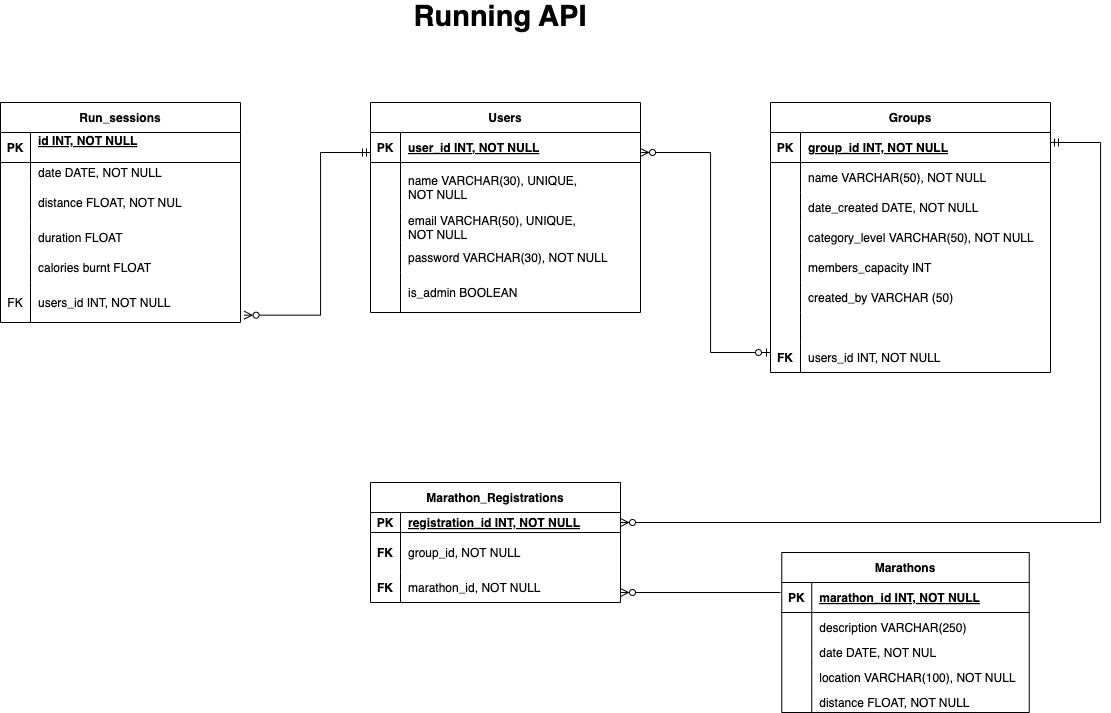
Above: docs/API.drawio.png in Jessicavazm/JessicaVaz_T2A2 (draw.io), before the change. Source tidied: cells renumbered, new cells last; positions are measured from the earlier drawing's top-left corner, leaving out a move shared by most shapes.
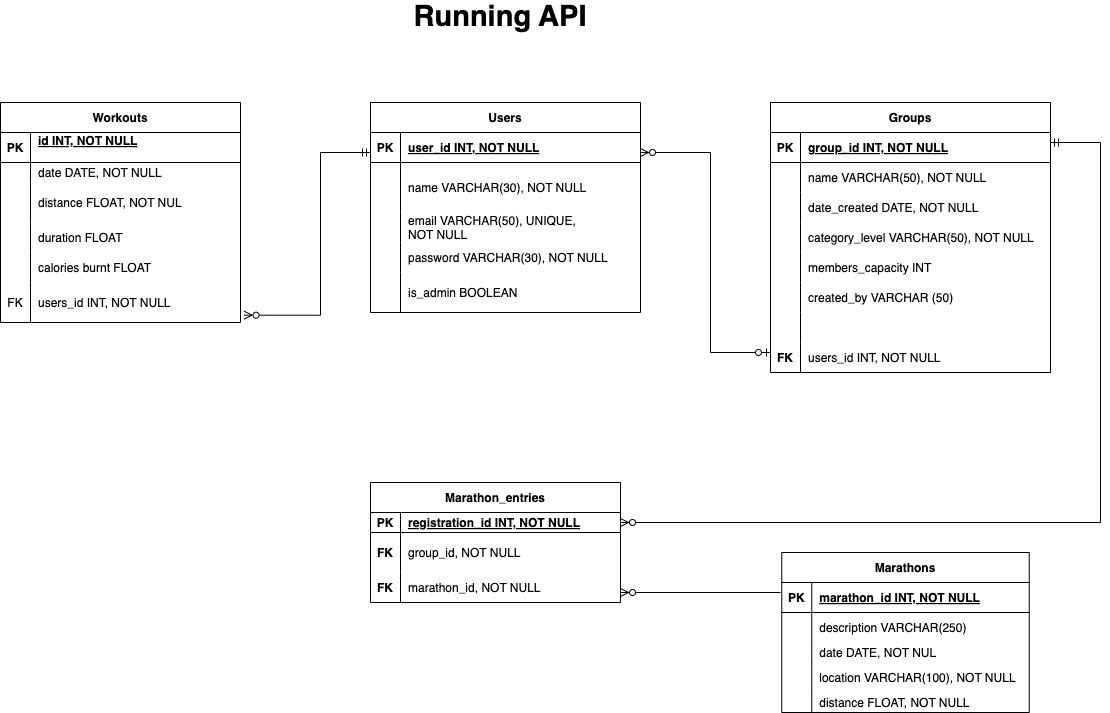
Above is the later version.

What changed in the source:
```diff
@@ -2,7 +2,7 @@
   <root>
     <mxCell id="0" />
     <mxCell id="1" parent="0" />
-    <mxCell id="2" value="Run_sessions" style="shape=table;startSize=30;rowLines=0;fontStyle=1;align=center;" parent="1" vertex="1">
+    <mxCell id="2" value="Workouts" style="shape=table;startSize=30;rowLines=0;fontStyle=1;align=center;" parent="1" vertex="1">
       <mxGeometry y="100" width="240" height="220" as="geometry" />
     </mxCell>
     <mxCell id="3" style="shape=partialRectangle;fillColor=none;top=0;left=0;right=0;bottom=1;" parent="2" vertex="1">
@@ -152,7 +152,7 @@
     <mxCell id="51" style="shape=partialRectangle;overflow=hidden;fillColor=none;top=0;left=0;bottom=0;right=0;" parent="50" vertex="1">
       <mxGeometry width="30" height="50" as="geometry" />
     </mxCell>
-    <mxCell id="52" value="name VARCHAR(30), UNIQUE,&#10;NOT NULL" style="shape=partialRectangle;overflow=hidden;fillColor=none;top=0;left=0;bottom=0;right=0;align=left;spacingLeft=6;" parent="50" vertex="1">
+    <mxCell id="52" value="name VARCHAR(30), NOT NULL" style="shape=partialRectangle;overflow=hidden;fillColor=none;top=0;left=0;bottom=0;right=0;align=left;spacingLeft=6;" parent="50" vertex="1">
       <mxGeometry x="30" width="240" height="50" as="geometry" />
     </mxCell>
     <mxCell id="53" style="shape=partialRectangle;fillColor=none;top=0;left=0;right=0;bottom=0;" parent="46" vertex="1">
@@ -182,7 +182,7 @@
     <mxCell id="61" value="is_admin BOOLEAN" style="shape=partialRectangle;overflow=hidden;fillColor=none;top=0;left=0;bottom=0;right=0;align=left;spacingLeft=6;" parent="59" vertex="1">
       <mxGeometry x="30" width="240" height="40" as="geometry" />
     </mxCell>
-    <mxCell id="62" value="Marathon_Registrations" style="shape=table;startSize=30;rowLines=0;fontStyle=1;align=center;" parent="1" vertex="1">
+    <mxCell id="62" value="Marathon_entries" style="shape=table;startSize=30;rowLines=0;fontStyle=1;align=center;" parent="1" vertex="1">
       <mxGeometry x="370" y="480" width="250" height="120" as="geometry" />
     </mxCell>
     <mxCell id="63" style="shape=partialRectangle;fillColor=none;points=[[0,0.5],[1,0.5]];portConstraint=eastwest;top=0;left=0;right=0;bottom=1;" parent="62" vertex="1">
```
